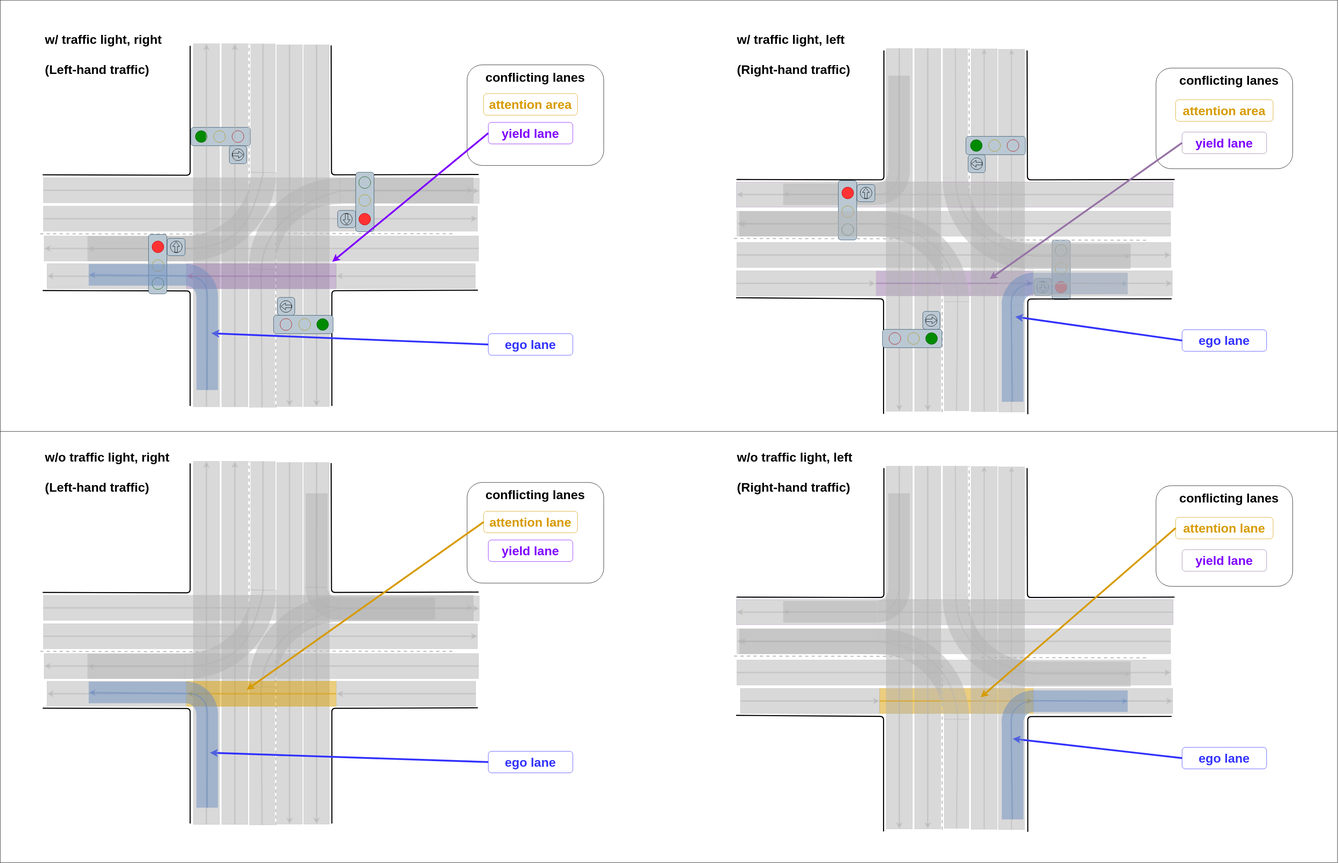
Before: main/planning/behavior_velocity_intersection_module/docs/intersection-attention-ll-rr.drawio.svg, a diagram exported from draw.io (ralwing/autoware.universe). Source tidied: cells renumbered, new cells last; positions are measured from the earlier drawing's top-left corner, leaving out a move shared by most shapes.
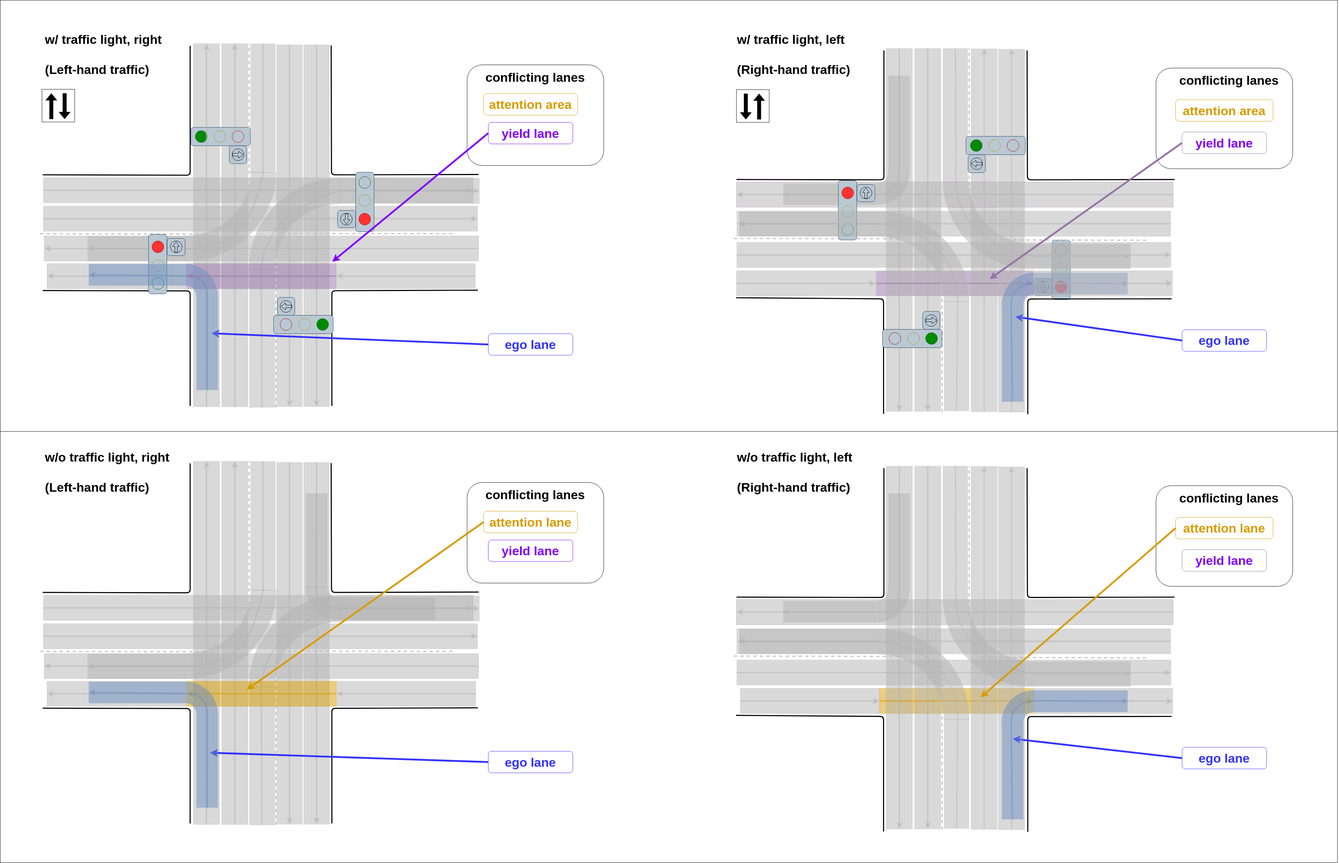
The same diagram one commit later.

Change to the diagram source:
```diff
@@ -232,16 +232,6 @@
         </Array>
       </mxGeometry>
     </mxCell>
-    <mxCell id="62" style="endArrow=classic;html=1;dashed=1;edgeStyle=orthogonalEdgeStyle;elbow=vertical;strokeColor=none;rounded=0;" parent="1" edge="1">
-      <mxGeometry relative="1" as="geometry">
-        <mxPoint x="1328" y="660" as="sourcePoint" />
-        <mxPoint x="1568" y="670" as="targetPoint" />
-        <Array as="points">
-          <mxPoint x="1328" y="930" />
-          <mxPoint x="1568" y="930" />
-        </Array>
-      </mxGeometry>
-    </mxCell>
     <mxCell id="63" style="rounded=0;whiteSpace=wrap;html=1;fillColor=#B3B3B3;rotation=90;fontColor=#333333;strokeColor=#B3B3B3;opacity=50;" parent="1" vertex="1">
       <mxGeometry x="68" y="590" width="1010.5" height="72.6" as="geometry" />
     </mxCell>
@@ -397,16 +387,6 @@
         </Array>
       </mxGeometry>
     </mxCell>
-    <mxCell id="100" style="endArrow=classic;html=1;dashed=1;edgeStyle=orthogonalEdgeStyle;elbow=vertical;strokeColor=none;rounded=0;" parent="1" edge="1">
-      <mxGeometry relative="1" as="geometry">
-        <mxPoint x="3257" y="392" as="sourcePoint" />
-        <mxPoint x="3497" y="402" as="targetPoint" />
-        <Array as="points">
-          <mxPoint x="3257" y="662" />
-          <mxPoint x="3497" y="662" />
-        </Array>
-      </mxGeometry>
-    </mxCell>
     <mxCell id="101" style="rounded=0;whiteSpace=wrap;html=1;fillColor=#B3B3B3;rotation=90;strokeColor=#B3B3B3;opacity=50;direction=west;" parent="1" vertex="1">
       <mxGeometry x="1995" y="603" width="1009.5" height="72.6" as="geometry" />
     </mxCell>
@@ -770,16 +750,6 @@
         </Array>
       </mxGeometry>
     </mxCell>
-    <mxCell id="200" style="endArrow=classic;html=1;dashed=1;edgeStyle=orthogonalEdgeStyle;elbow=vertical;strokeColor=none;rounded=0;" parent="1" edge="1">
-      <mxGeometry relative="1" as="geometry">
-        <mxPoint x="1328" y="1822" as="sourcePoint" />
-        <mxPoint x="1568" y="1832" as="targetPoint" />
-        <Array as="points">
-          <mxPoint x="1328" y="2092" />
-          <mxPoint x="1568" y="2092" />
-        </Array>
-      </mxGeometry>
-    </mxCell>
     <mxCell id="201" style="rounded=0;whiteSpace=wrap;html=1;fillColor=#B3B3B3;rotation=90;fontColor=#333333;strokeColor=#B3B3B3;opacity=50;" parent="1" vertex="1">
       <mxGeometry x="68" y="1752" width="1010.5" height="72.6" as="geometry" />
     </mxCell>
@@ -911,16 +881,6 @@
         </Array>
       </mxGeometry>
     </mxCell>
-    <mxCell id="231" style="endArrow=classic;html=1;dashed=1;edgeStyle=orthogonalEdgeStyle;elbow=vertical;strokeColor=none;rounded=0;" parent="1" edge="1">
-      <mxGeometry relative="1" as="geometry">
-        <mxPoint x="3257" y="1554" as="sourcePoint" />
-        <mxPoint x="3497" y="1564" as="targetPoint" />
-        <Array as="points">
-          <mxPoint x="3257" y="1824" />
-          <mxPoint x="3497" y="1824" />
-        </Array>
-      </mxGeometry>
-    </mxCell>
     <mxCell id="232" style="rounded=0;whiteSpace=wrap;html=1;fillColor=#B3B3B3;rotation=90;strokeColor=#B3B3B3;opacity=50;direction=west;" parent="1" vertex="1">
       <mxGeometry x="1995" y="1765" width="1009.5" height="72.6" as="geometry" />
     </mxCell>
@@ -1285,5 +1245,35 @@
     <mxCell id="330" style="endArrow=classic;html=1;rounded=0;strokeColor=#B3B3B3;strokeWidth=4;opacity=50;entryX=1;entryY=0.5;entryDx=0;entryDy=0;endFill=1;exitX=0;exitY=0.5;exitDx=0;exitDy=0;" parent="1" edge="1" source="329" target="329">
       <mxGeometry relative="1" as="geometry" />
     </mxCell>
+    <mxCell id="331" style="whiteSpace=wrap;html=1;" parent="1" vertex="1">
+      <mxGeometry x="116" y="248" width="91" height="91" as="geometry" />
+    </mxCell>
+    <mxCell id="332" style="shape=flexArrow;endArrow=classic;html=1;rounded=0;fillColor=#000000;" parent="1" edge="1">
+      <mxGeometry relative="1" as="geometry">
+        <mxPoint x="142" y="331" as="sourcePoint" />
+        <mxPoint x="142" y="259" as="targetPoint" />
+      </mxGeometry>
+    </mxCell>
+    <mxCell id="333" style="shape=flexArrow;endArrow=classic;html=1;rounded=1;strokeColor=#000000;fillColor=#000000;" parent="1" edge="1">
+      <mxGeometry relative="1" as="geometry">
+        <mxPoint x="179" y="259" as="sourcePoint" />
+        <mxPoint x="179" y="331" as="targetPoint" />
+      </mxGeometry>
+    </mxCell>
+    <mxCell id="334" style="whiteSpace=wrap;html=1;" parent="1" vertex="1">
+      <mxGeometry x="2047" y="249" width="91" height="91" as="geometry" />
+    </mxCell>
+    <mxCell id="335" style="shape=flexArrow;endArrow=classic;html=1;rounded=0;fillColor=#000000;" parent="1" edge="1">
+      <mxGeometry relative="1" as="geometry">
+        <mxPoint x="2073" y="260" as="sourcePoint" />
+        <mxPoint x="2073" y="332" as="targetPoint" />
+      </mxGeometry>
+    </mxCell>
+    <mxCell id="336" style="shape=flexArrow;endArrow=classic;html=1;rounded=1;strokeColor=#000000;fillColor=#000000;" parent="1" edge="1">
+      <mxGeometry relative="1" as="geometry">
+        <mxPoint x="2110" y="332" as="sourcePoint" />
+        <mxPoint x="2110" y="260" as="targetPoint" />
+      </mxGeometry>
+    </mxCell>
   </root>
 </mxGraphModel>
```
